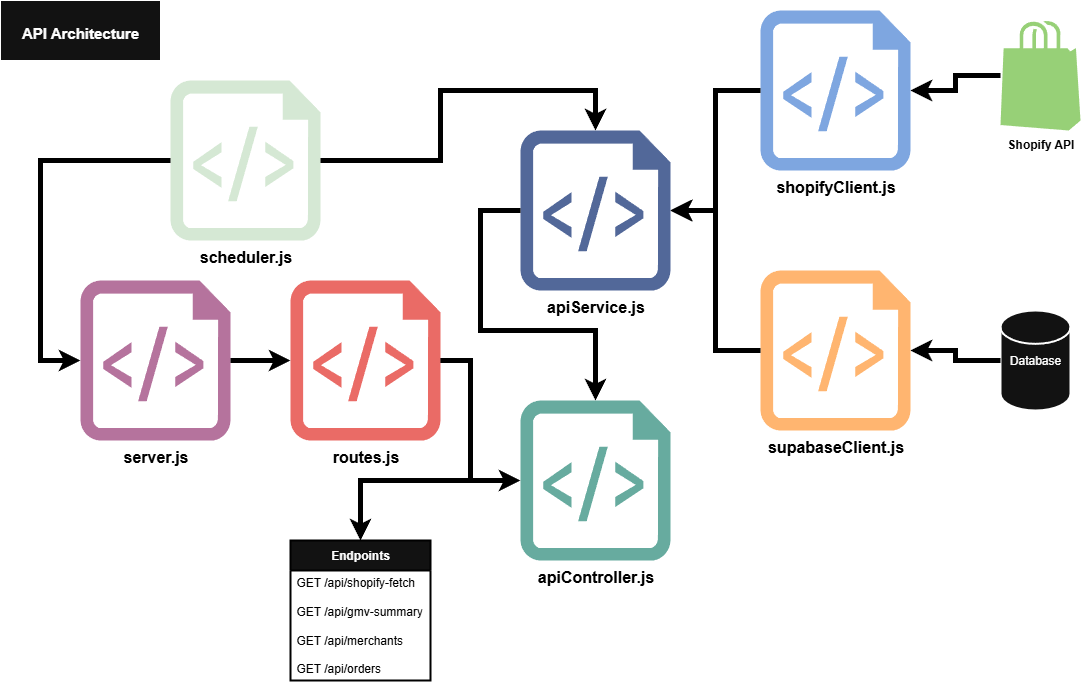
This is notes/northstar_proj-Page-1.drawio.png from johnshields/northstar, a draw.io export, as it was before one commit. Source tidied: cells renumbered, new cells last; positions are measured from the earlier drawing's top-left corner, leaving out a move shared by most shapes.
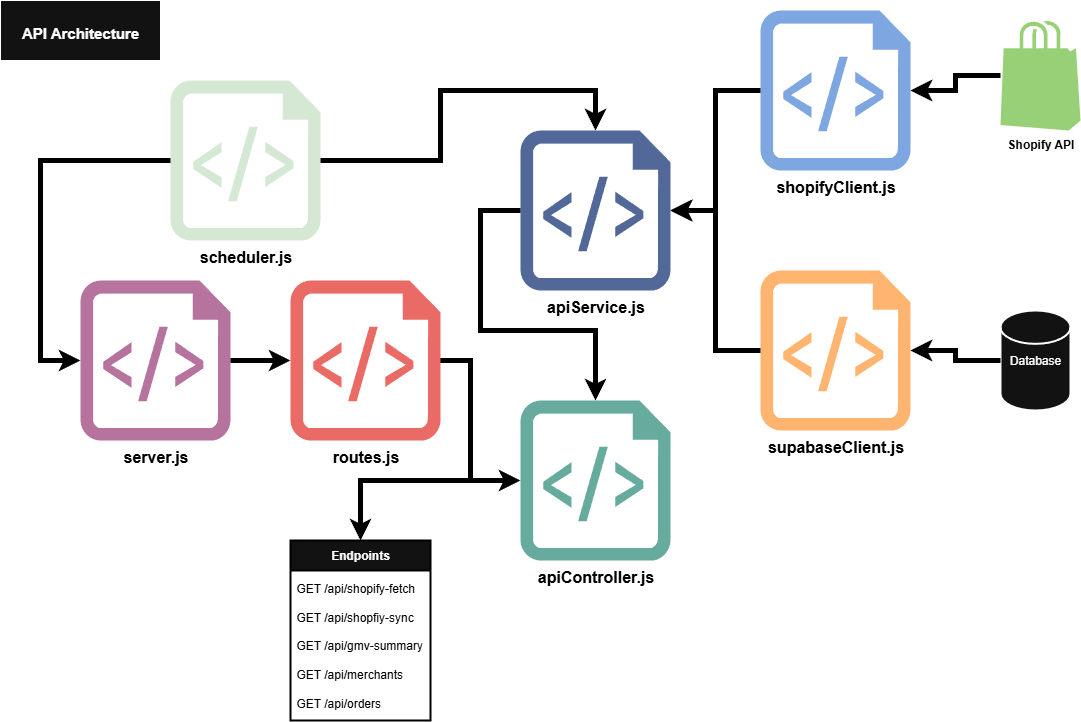
Later version of the same file.

What changed in the source:
```diff
@@ -76,13 +76,13 @@
       <mxGeometry width="160" height="60" as="geometry" />
     </mxCell>
     <mxCell id="20" value="&lt;b&gt;Endpoints&lt;/b&gt;" style="swimlane;fontStyle=0;horizontal=1;startSize=30;whiteSpace=wrap;html=1;strokeColor=light-dark(#000000,#000000);strokeWidth=2;" parent="1" vertex="1">
-      <mxGeometry x="290" y="540" width="140" height="140" as="geometry" />
+      <mxGeometry x="290" y="540" width="140" height="180" as="geometry" />
     </mxCell>
-    <mxCell id="21" value="&lt;font style=&quot;color: light-dark(rgb(0, 0, 0), rgb(0, 0, 0));&quot;&gt;GET /api/shopify-fetch&lt;/font&gt;&lt;div&gt;&lt;font color=&quot;#000000&quot;&gt;&lt;br&gt;&lt;/font&gt;&lt;div&gt;&lt;font style=&quot;color: light-dark(rgb(0, 0, 0), rgb(0, 0, 0));&quot;&gt;GET /api/gmv-summary&lt;/font&gt;&lt;/div&gt;&lt;div&gt;&lt;font style=&quot;color: light-dark(rgb(0, 0, 0), rgb(0, 0, 0));&quot;&gt;&lt;br&gt;&lt;/font&gt;&lt;/div&gt;&lt;div&gt;&lt;font style=&quot;color: light-dark(rgb(0, 0, 0), rgb(0, 0, 0));&quot;&gt;GET /api/merchants&lt;/font&gt;&lt;/div&gt;&lt;/div&gt;&lt;div&gt;&lt;font style=&quot;color: light-dark(rgb(0, 0, 0), rgb(0, 0, 0));&quot;&gt;&lt;br&gt;&lt;/font&gt;&lt;/div&gt;&lt;div&gt;&lt;font style=&quot;color: light-dark(rgb(0, 0, 0), rgb(0, 0, 0));&quot;&gt;GET /api/orders&lt;/font&gt;&lt;/div&gt;" style="text;strokeColor=none;fillColor=none;align=left;verticalAlign=middle;spacingLeft=4;spacingRight=4;overflow=hidden;whiteSpace=wrap;html=1;" parent="20" vertex="1">
-      <mxGeometry y="30" width="140" height="110" as="geometry" />
+    <mxCell id="21" value="&lt;font style=&quot;color: light-dark(rgb(0, 0, 0), rgb(0, 0, 0));&quot;&gt;GET /api/shopify-fetch&lt;/font&gt;&lt;div&gt;&lt;font style=&quot;color: light-dark(rgb(0, 0, 0), rgb(0, 0, 0));&quot;&gt;&lt;br&gt;&lt;/font&gt;&lt;/div&gt;&lt;div&gt;&lt;font style=&quot;color: light-dark(rgb(0, 0, 0), rgb(0, 0, 0));&quot;&gt;GET /api/shopfiy-sync&lt;br&gt;&lt;/font&gt;&lt;div&gt;&lt;font style=&quot;color: light-dark(rgb(0, 0, 0), rgb(0, 0, 0));&quot;&gt;&lt;br&gt;&lt;/font&gt;&lt;div&gt;&lt;font style=&quot;color: light-dark(rgb(0, 0, 0), rgb(0, 0, 0));&quot;&gt;GET /api/gmv-summary&lt;/font&gt;&lt;/div&gt;&lt;div&gt;&lt;font style=&quot;color: light-dark(rgb(0, 0, 0), rgb(0, 0, 0));&quot;&gt;&lt;br&gt;&lt;/font&gt;&lt;/div&gt;&lt;div&gt;&lt;font style=&quot;color: light-dark(rgb(0, 0, 0), rgb(0, 0, 0));&quot;&gt;GET /api/merchants&lt;/font&gt;&lt;/div&gt;&lt;/div&gt;&lt;div&gt;&lt;font style=&quot;color: light-dark(rgb(0, 0, 0), rgb(0, 0, 0));&quot;&gt;&lt;br&gt;&lt;/font&gt;&lt;/div&gt;&lt;div&gt;&lt;font style=&quot;color: light-dark(rgb(0, 0, 0), rgb(0, 0, 0));&quot;&gt;GET /api/orders&lt;/font&gt;&lt;/div&gt;&lt;/div&gt;" style="text;strokeColor=none;fillColor=none;align=left;verticalAlign=middle;spacingLeft=4;spacingRight=4;overflow=hidden;whiteSpace=wrap;html=1;" parent="20" vertex="1">
+      <mxGeometry y="30" width="140" height="150" as="geometry" />
     </mxCell>
     <mxCell id="22" value="&lt;div&gt;&lt;span&gt;&lt;font style=&quot;color: light-dark(rgb(0, 0, 0), rgb(0, 0, 0));&quot;&gt;&lt;br&gt;&lt;/font&gt;&lt;/span&gt;&lt;/div&gt;" style="text;strokeColor=none;fillColor=none;align=left;verticalAlign=middle;spacingLeft=4;spacingRight=4;overflow=hidden;whiteSpace=wrap;html=1;" parent="20" vertex="1">
-      <mxGeometry y="140" width="140" as="geometry" />
+      <mxGeometry y="180" width="140" as="geometry" />
     </mxCell>
     <mxCell id="23" value="&lt;b&gt;&lt;font style=&quot;font-size: 16px; color: light-dark(rgb(0, 0, 0), rgb(0, 0, 0));&quot;&gt;scheduler.js&lt;/font&gt;&lt;/b&gt;" style="verticalLabelPosition=bottom;html=1;verticalAlign=top;align=center;strokeColor=none;fillColor=light-dark(#00BEF2,#D5E8D4);shape=mxgraph.azure.script_file;labelBackgroundColor=none;strokeWidth=5;" parent="1" vertex="1">
       <mxGeometry x="170" y="80" width="150" height="160" as="geometry" />
```
